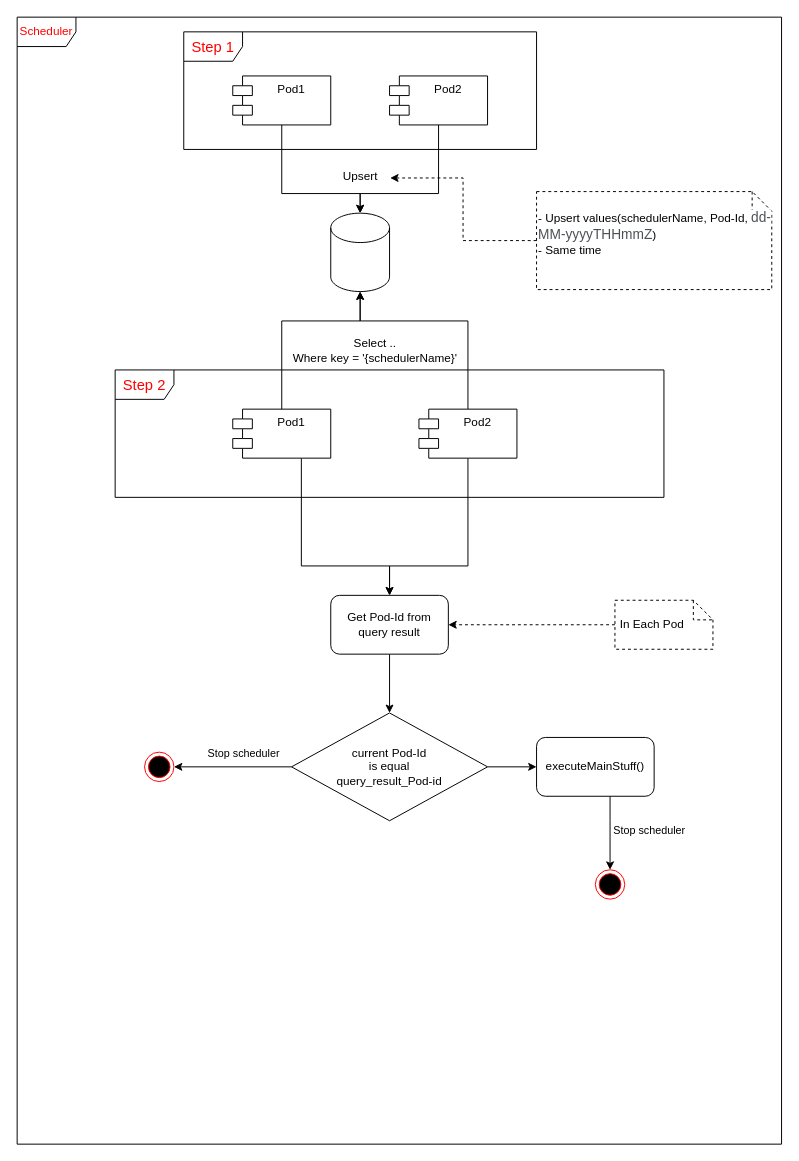
Before: Leader election.drawio in lnsbinh/rule-charts, a draw.io diagram. Source tidied: cells renumbered, new cells numbered last; positions are measured from the earlier drawing's top-left corner, leaving out a move shared by most shapes. Both pictures are drawn from the tidied source at 98%, with x=0, y=0 at pixel (17, 17).
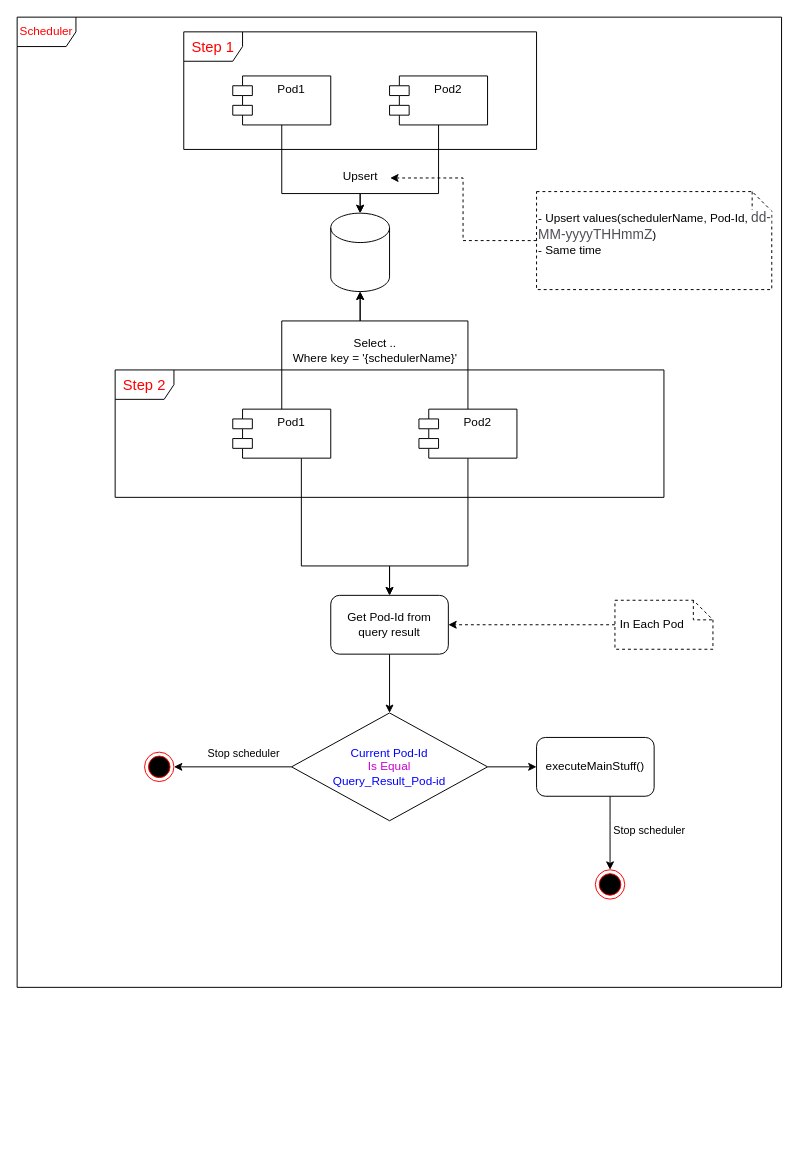
Above is the later version.

What changed in the source:
```diff
@@
-    <mxCell id="24" value="current Pod-Id&lt;br&gt;is equal&lt;br&gt;query_result_Pod-id" style="rhombus;whiteSpace=wrap;html=1;" parent="1" vertex="1">
+    <mxCell id="24" value="&lt;font color=&quot;#0000ff&quot;&gt;Current Pod-Id&lt;/font&gt;&lt;br&gt;&lt;font color=&quot;#cc00cc&quot;&gt;Is Equal&lt;/font&gt;&lt;br&gt;&lt;font color=&quot;#0000ff&quot;&gt;Query_Result_Pod-id&lt;/font&gt;" style="rhombus;whiteSpace=wrap;html=1;" parent="1" vertex="1">
       <mxGeometry x="280" y="710" width="200" height="110" as="geometry" />
     </mxCell>
@@
     <mxCell id="28" value="&lt;font color=&quot;#ff0000&quot;&gt;Scheduler&lt;/font&gt;" style="shape=umlFrame;whiteSpace=wrap;html=1;" parent="1" vertex="1">
-      <mxGeometry width="780" height="1150" as="geometry" />
+      <mxGeometry width="780" height="990" as="geometry" />
     </mxCell>
```
